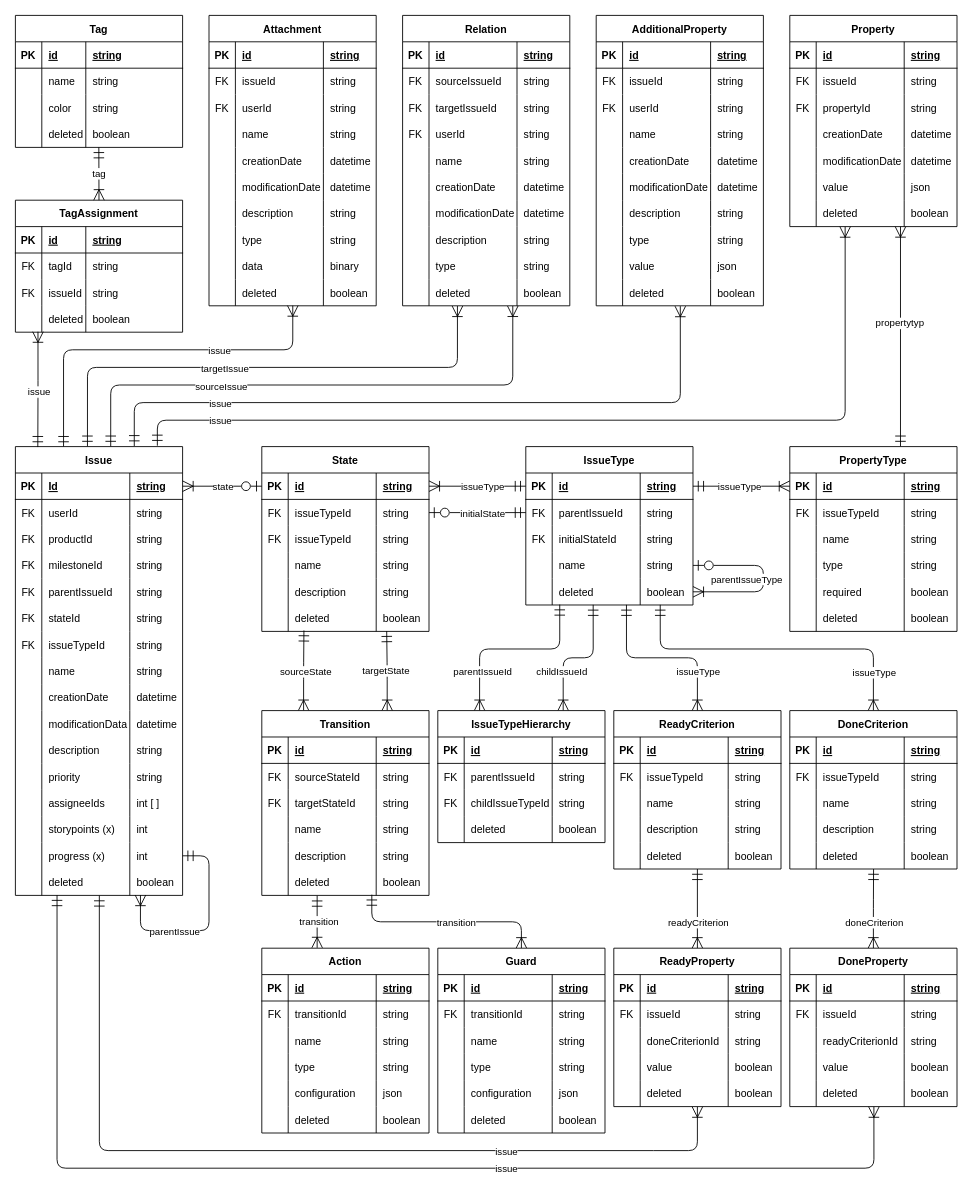
Above: diagrams/reEntities-v1.drawio in ghackenberg/caddrive (draw.io), before the change. Source tidied: cells renumbered, new cells numbered last; positions are measured from the earlier drawing's top-left corner, leaving out a move shared by most shapes. Both pictures are drawn from the tidied source at 88%, with x=0, y=0 at pixel (15, 15).
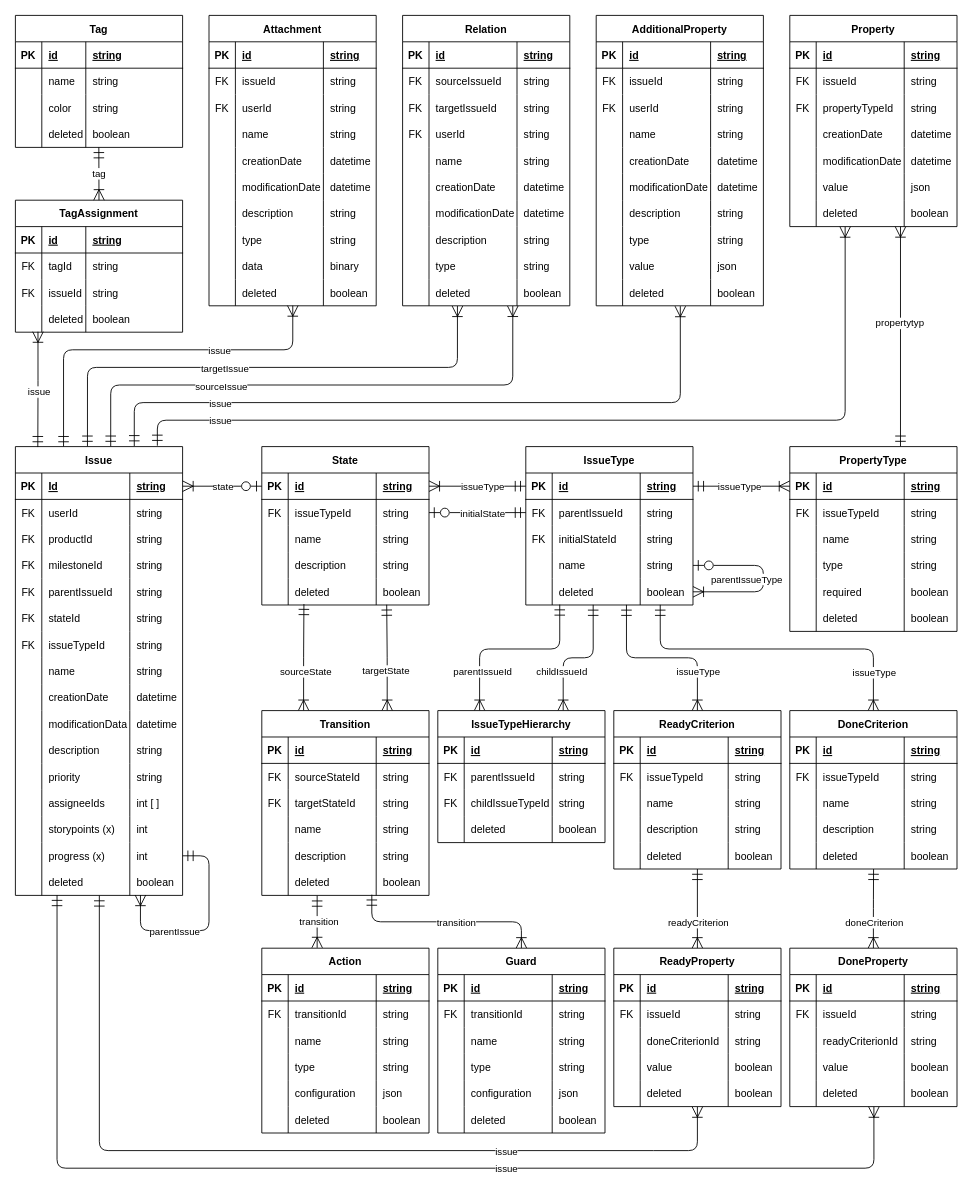
Above is the later version.

Commit message:
revise reEntities diagramm

The change refers to these unchanged cells:
```xml
<mxCell id="247" style="shape=tableRow;horizontal=0;startSize=0;swimlaneHead=0;swimlaneBody=0;fillColor=none;top=0;left=0;right=0;bottom=0;rounded=0;" parent="238" vertex="1">
  <mxGeometry y="90" width="190" height="30" as="geometry" />
</mxCell>
<mxCell id="484" style="edgeStyle=orthogonalEdgeStyle;html=1;exitX=0.25;exitY=0;exitDx=0;exitDy=0;entryX=0.252;entryY=0.965;entryDx=0;entryDy=0;entryPerimeter=0;startArrow=ERoneToMany;startFill=0;endArrow=ERmandOne;endFill=0;fontSize=12;rounded=1;targetPerimeterSpacing=0;endSize=10;startSize=10;" parent="1" edge="1" source="488" target="453">
  <mxGeometry relative="1" as="geometry" />
</mxCell>
<mxCell id="486" style="edgeStyle=orthogonalEdgeStyle;html=1;exitX=0.75;exitY=0;exitDx=0;exitDy=0;entryX=0.747;entryY=0.99;entryDx=0;entryDy=0;entryPerimeter=0;startArrow=ERoneToMany;startFill=0;endArrow=ERmandOne;endFill=0;fontSize=12;rounded=1;targetPerimeterSpacing=0;endSize=10;startSize=10;" parent="1" edge="1" source="488" target="453">
  <mxGeometry relative="1" as="geometry" />
</mxCell>
```

What changed in the source:
```diff
@@
-    <mxCell id="249" value="propertyId" style="shape=partialRectangle;fillColor=none;top=0;left=0;bottom=0;right=0;align=left;spacingLeft=6;fontStyle=0;overflow=hidden;rounded=0;" parent="247" vertex="1">
+    <mxCell id="249" value="propertyTypeId" style="shape=partialRectangle;fillColor=none;top=0;left=0;bottom=0;right=0;align=left;spacingLeft=6;fontStyle=0;overflow=hidden;rounded=0;" parent="247" vertex="1">
       <mxGeometry x="30" width="100" height="30" as="geometry" />
     </mxCell>
@@
     <mxCell id="432" value="State" style="shape=table;startSize=30;childLayout=tableLayout;rowLines=0;fontStyle=1;align=center;rounded=0;" parent="1" vertex="1">
-      <mxGeometry x="280" y="490" width="190" height="210" as="geometry" />
+      <mxGeometry x="280" y="490" width="190" height="180" as="geometry" />
     </mxCell>
@@
-    <mxCell id="441" style="shape=tableRow;horizontal=0;startSize=0;swimlaneHead=0;swimlaneBody=0;fillColor=none;top=0;left=0;right=0;bottom=0;rounded=0;" parent="432" vertex="1">
-      <mxGeometry y="90" width="190" height="30" as="geometry" />
-    </mxCell>
-    <mxCell id="442" value="FK" style="shape=partialRectangle;fillColor=none;top=0;left=0;bottom=0;right=0;fontStyle=0;overflow=hidden;rounded=0;" parent="441" vertex="1">
-      <mxGeometry width="30" height="30" as="geometry" />
-    </mxCell>
-    <mxCell id="443" value="issueTypeId" style="shape=partialRectangle;fillColor=none;top=0;left=0;bottom=0;right=0;align=left;spacingLeft=6;fontStyle=0;overflow=hidden;rounded=0;" parent="441" vertex="1">
-      <mxGeometry x="30" width="100" height="30" as="geometry" />
-    </mxCell>
-    <mxCell id="444" value="string" style="shape=partialRectangle;fillColor=none;top=0;left=0;bottom=0;right=0;align=left;spacingLeft=6;fontStyle=0;overflow=hidden;rounded=0;" parent="441" vertex="1">
-      <mxGeometry x="130" width="60" height="30" as="geometry" />
-    </mxCell>
     <mxCell id="445" style="shape=tableRow;horizontal=0;startSize=0;swimlaneHead=0;swimlaneBody=0;fillColor=none;top=0;left=0;right=0;bottom=0;rounded=0;" parent="432" vertex="1">
-      <mxGeometry y="120" width="190" height="30" as="geometry" />
+      <mxGeometry y="90" width="190" height="30" as="geometry" />
     </mxCell>
@@
     <mxCell id="449" style="shape=tableRow;horizontal=0;startSize=0;swimlaneHead=0;swimlaneBody=0;fillColor=none;top=0;left=0;right=0;bottom=0;rounded=0;" parent="432" vertex="1">
-      <mxGeometry y="150" width="190" height="30" as="geometry" />
+      <mxGeometry y="120" width="190" height="30" as="geometry" />
     </mxCell>
@@
     <mxCell id="453" style="shape=tableRow;horizontal=0;startSize=0;swimlaneHead=0;swimlaneBody=0;fillColor=none;points=[[0,0.5],[1,0.5]];portConstraint=eastwest;top=0;left=0;right=0;bottom=0;rounded=0;" parent="432" vertex="1">
-      <mxGeometry y="180" width="190" height="30" as="geometry" />
+      <mxGeometry y="150" width="190" height="30" as="geometry" />
     </mxCell>
@@
     <mxCell id="485" value="sourceState" style="edgeLabel;html=1;align=center;verticalAlign=middle;rounded=0;" parent="484" vertex="1">
       <mxGeometry x="0.06" relative="1" as="geometry">
-        <mxPoint x="2" y="3" as="offset" />
+        <mxPoint x="2" y="19" as="offset" />
       </mxGeometry>
     </mxCell>
@@
     <mxCell id="487" value="targetState" style="edgeLabel;html=1;align=center;verticalAlign=middle;rounded=0;" parent="486" vertex="1">
-      <mxGeometry x="0.01" y="1" relative="1" as="geometry" />
+      <mxGeometry x="0.01" y="1" relative="1" as="geometry">
+        <mxPoint y="15" as="offset" />
+      </mxGeometry>
     </mxCell>
```
